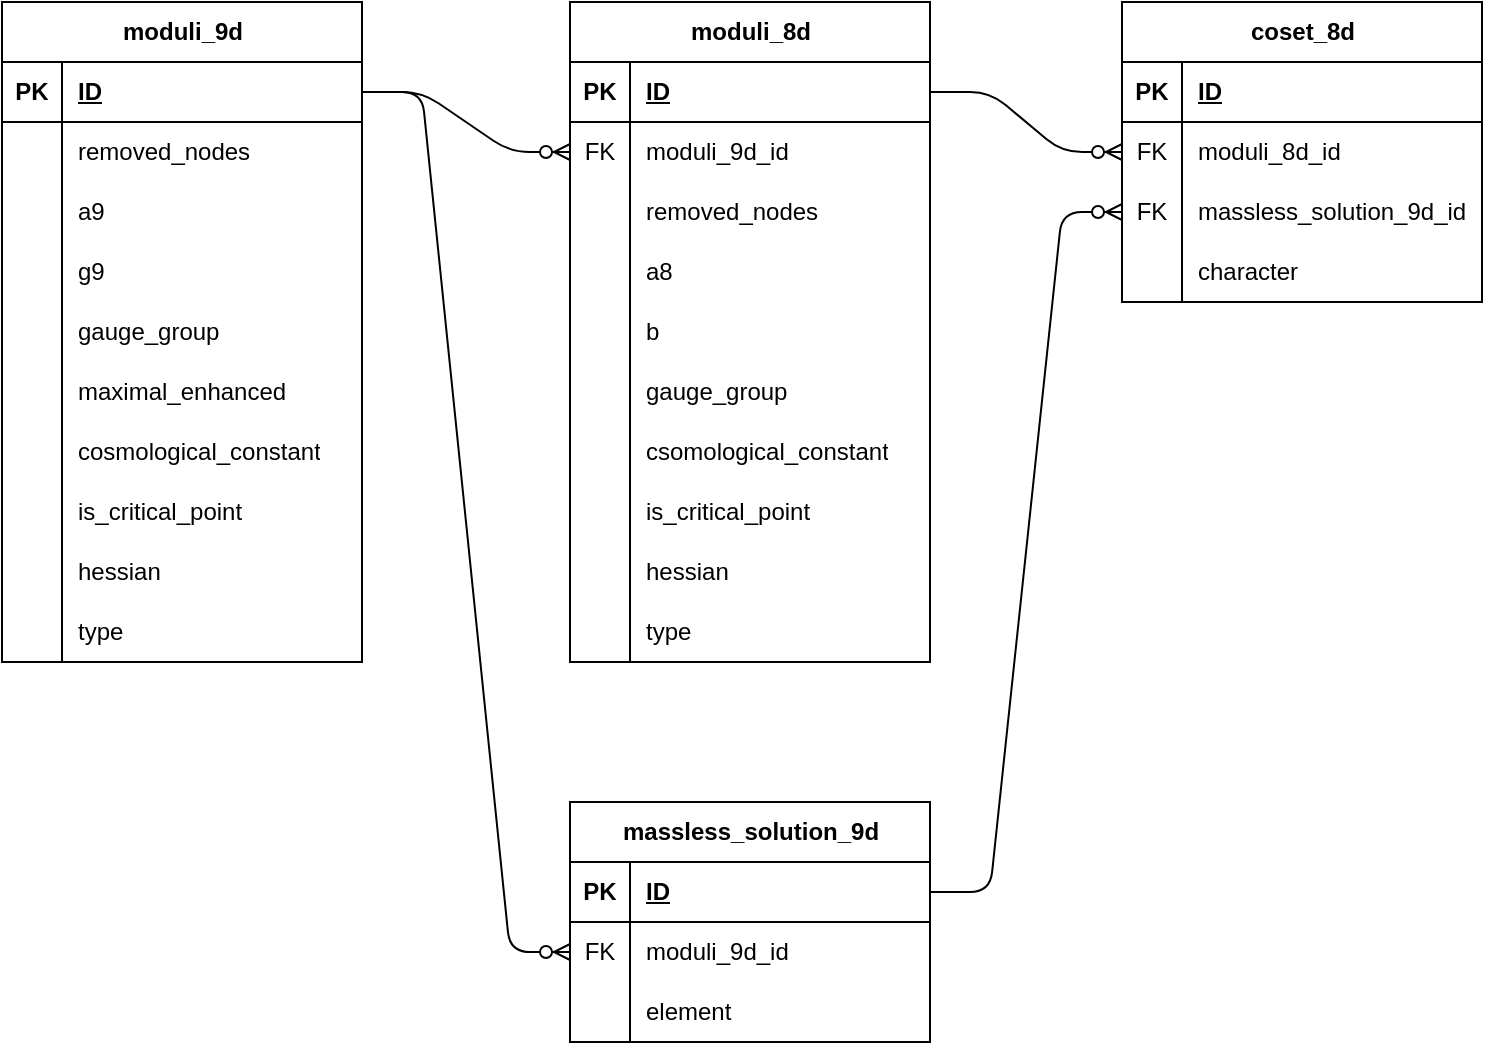
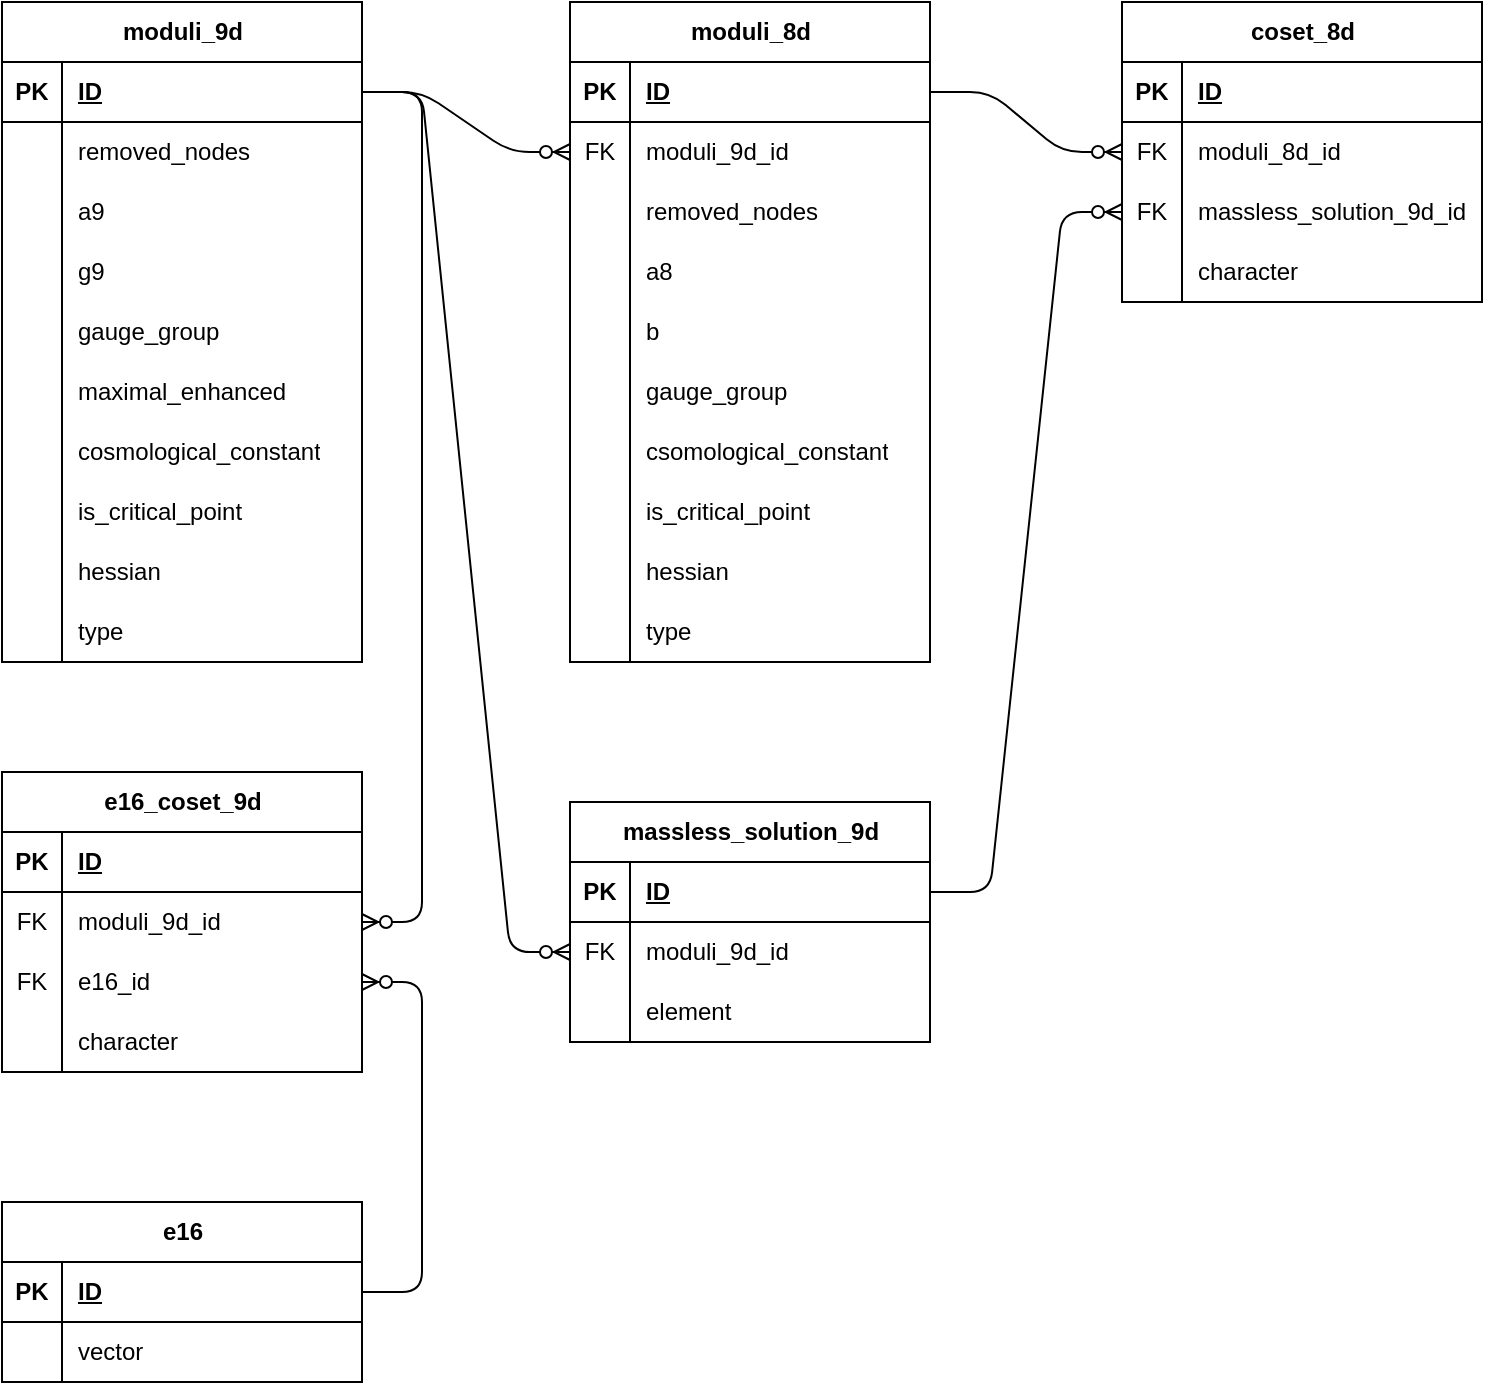
<mxfile host="65bd71144e">
    <diagram id="0aYfHaq88tQM7d1H2K0Y" name="ER">
-         <mxGraphModel dx="1019" dy="537" grid="1" gridSize="10" guides="1" tooltips="1" connect="1" arrows="1" fold="1" page="1" pageScale="1" pageWidth="827" pageHeight="1169" math="0" shadow="0">
+         <mxGraphModel dx="453" dy="507" grid="1" gridSize="10" guides="1" tooltips="1" connect="1" arrows="1" fold="1" page="1" pageScale="1" pageWidth="827" pageHeight="1169" math="0" shadow="0">
            <root>
                <mxCell id="0"/>
                <mxCell id="1" parent="0"/>
                <mxCell id="2" value="moduli_9d" style="shape=table;startSize=30;container=1;collapsible=1;childLayout=tableLayout;fixedRows=1;rowLines=0;fontStyle=1;align=center;resizeLast=1;html=1;" parent="1" vertex="1">
                    <mxGeometry x="40" y="40" width="180" height="330" as="geometry"/>
                </mxCell>
                <mxCell id="3" value="" style="shape=tableRow;horizontal=0;startSize=0;swimlaneHead=0;swimlaneBody=0;fillColor=none;collapsible=0;dropTarget=0;points=[[0,0.5],[1,0.5]];portConstraint=eastwest;top=0;left=0;right=0;bottom=1;" parent="2" vertex="1">
                    <mxGeometry y="30" width="180" height="30" as="geometry"/>
                </mxCell>
                <mxCell id="4" value="PK" style="shape=partialRectangle;connectable=0;fillColor=none;top=0;left=0;bottom=0;right=0;fontStyle=1;overflow=hidden;whiteSpace=wrap;html=1;" parent="3" vertex="1">
                    <mxGeometry width="30" height="30" as="geometry">
                        <mxRectangle width="30" height="30" as="alternateBounds"/>
                    </mxGeometry>
                </mxCell>
                <mxCell id="5" value="ID" style="shape=partialRectangle;connectable=0;fillColor=none;top=0;left=0;bottom=0;right=0;align=left;spacingLeft=6;fontStyle=5;overflow=hidden;whiteSpace=wrap;html=1;" parent="3" vertex="1">
                    <mxGeometry x="30" width="150" height="30" as="geometry">
                        <mxRectangle width="150" height="30" as="alternateBounds"/>
                    </mxGeometry>
                </mxCell>
                <mxCell id="6" value="" style="shape=tableRow;horizontal=0;startSize=0;swimlaneHead=0;swimlaneBody=0;fillColor=none;collapsible=0;dropTarget=0;points=[[0,0.5],[1,0.5]];portConstraint=eastwest;top=0;left=0;right=0;bottom=0;" parent="2" vertex="1">
                    <mxGeometry y="60" width="180" height="30" as="geometry"/>
                </mxCell>
                <mxCell id="7" value="" style="shape=partialRectangle;connectable=0;fillColor=none;top=0;left=0;bottom=0;right=0;editable=1;overflow=hidden;whiteSpace=wrap;html=1;" parent="6" vertex="1">
                    <mxGeometry width="30" height="30" as="geometry">
                        <mxRectangle width="30" height="30" as="alternateBounds"/>
                    </mxGeometry>
                </mxCell>
                <mxCell id="8" value="removed_nodes" style="shape=partialRectangle;connectable=0;fillColor=none;top=0;left=0;bottom=0;right=0;align=left;spacingLeft=6;overflow=hidden;whiteSpace=wrap;html=1;" parent="6" vertex="1">
                    <mxGeometry x="30" width="150" height="30" as="geometry">
                        <mxRectangle width="150" height="30" as="alternateBounds"/>
                    </mxGeometry>
                </mxCell>
                <mxCell id="9" value="" style="shape=tableRow;horizontal=0;startSize=0;swimlaneHead=0;swimlaneBody=0;fillColor=none;collapsible=0;dropTarget=0;points=[[0,0.5],[1,0.5]];portConstraint=eastwest;top=0;left=0;right=0;bottom=0;" parent="2" vertex="1">
                    <mxGeometry y="90" width="180" height="30" as="geometry"/>
                </mxCell>
                <mxCell id="10" value="" style="shape=partialRectangle;connectable=0;fillColor=none;top=0;left=0;bottom=0;right=0;editable=1;overflow=hidden;whiteSpace=wrap;html=1;" parent="9" vertex="1">
                    <mxGeometry width="30" height="30" as="geometry">
                        <mxRectangle width="30" height="30" as="alternateBounds"/>
                    </mxGeometry>
                </mxCell>
                <mxCell id="11" value="a9" style="shape=partialRectangle;connectable=0;fillColor=none;top=0;left=0;bottom=0;right=0;align=left;spacingLeft=6;overflow=hidden;whiteSpace=wrap;html=1;" parent="9" vertex="1">
                    <mxGeometry x="30" width="150" height="30" as="geometry">
                        <mxRectangle width="150" height="30" as="alternateBounds"/>
                    </mxGeometry>
                </mxCell>
                <mxCell id="12" value="" style="shape=tableRow;horizontal=0;startSize=0;swimlaneHead=0;swimlaneBody=0;fillColor=none;collapsible=0;dropTarget=0;points=[[0,0.5],[1,0.5]];portConstraint=eastwest;top=0;left=0;right=0;bottom=0;" parent="2" vertex="1">
                    <mxGeometry y="120" width="180" height="30" as="geometry"/>
                </mxCell>
                <mxCell id="13" value="" style="shape=partialRectangle;connectable=0;fillColor=none;top=0;left=0;bottom=0;right=0;editable=1;overflow=hidden;whiteSpace=wrap;html=1;" parent="12" vertex="1">
                    <mxGeometry width="30" height="30" as="geometry">
                        <mxRectangle width="30" height="30" as="alternateBounds"/>
                    </mxGeometry>
                </mxCell>
                <mxCell id="14" value="g9" style="shape=partialRectangle;connectable=0;fillColor=none;top=0;left=0;bottom=0;right=0;align=left;spacingLeft=6;overflow=hidden;whiteSpace=wrap;html=1;" parent="12" vertex="1">
                    <mxGeometry x="30" width="150" height="30" as="geometry">
                        <mxRectangle width="150" height="30" as="alternateBounds"/>
                    </mxGeometry>
                </mxCell>
                <mxCell id="67" value="" style="shape=tableRow;horizontal=0;startSize=0;swimlaneHead=0;swimlaneBody=0;fillColor=none;collapsible=0;dropTarget=0;points=[[0,0.5],[1,0.5]];portConstraint=eastwest;top=0;left=0;right=0;bottom=0;" parent="2" vertex="1">
                    <mxGeometry y="150" width="180" height="30" as="geometry"/>
                </mxCell>
                <mxCell id="68" value="" style="shape=partialRectangle;connectable=0;fillColor=none;top=0;left=0;bottom=0;right=0;editable=1;overflow=hidden;whiteSpace=wrap;html=1;" parent="67" vertex="1">
                    <mxGeometry width="30" height="30" as="geometry">
                        <mxRectangle width="30" height="30" as="alternateBounds"/>
                    </mxGeometry>
                </mxCell>
                <mxCell id="69" value="gauge_group" style="shape=partialRectangle;connectable=0;fillColor=none;top=0;left=0;bottom=0;right=0;align=left;spacingLeft=6;overflow=hidden;whiteSpace=wrap;html=1;" parent="67" vertex="1">
                    <mxGeometry x="30" width="150" height="30" as="geometry">
                        <mxRectangle width="150" height="30" as="alternateBounds"/>
                    </mxGeometry>
                </mxCell>
                <mxCell id="73" value="" style="shape=tableRow;horizontal=0;startSize=0;swimlaneHead=0;swimlaneBody=0;fillColor=none;collapsible=0;dropTarget=0;points=[[0,0.5],[1,0.5]];portConstraint=eastwest;top=0;left=0;right=0;bottom=0;" parent="2" vertex="1">
                    <mxGeometry y="180" width="180" height="30" as="geometry"/>
                </mxCell>
                <mxCell id="74" value="" style="shape=partialRectangle;connectable=0;fillColor=none;top=0;left=0;bottom=0;right=0;editable=1;overflow=hidden;whiteSpace=wrap;html=1;" parent="73" vertex="1">
                    <mxGeometry width="30" height="30" as="geometry">
                        <mxRectangle width="30" height="30" as="alternateBounds"/>
                    </mxGeometry>
                </mxCell>
                <mxCell id="75" value="maximal_enhanced" style="shape=partialRectangle;connectable=0;fillColor=none;top=0;left=0;bottom=0;right=0;align=left;spacingLeft=6;overflow=hidden;whiteSpace=wrap;html=1;" parent="73" vertex="1">
                    <mxGeometry x="30" width="150" height="30" as="geometry">
                        <mxRectangle width="150" height="30" as="alternateBounds"/>
                    </mxGeometry>
                </mxCell>
                <mxCell id="76" value="" style="shape=tableRow;horizontal=0;startSize=0;swimlaneHead=0;swimlaneBody=0;fillColor=none;collapsible=0;dropTarget=0;points=[[0,0.5],[1,0.5]];portConstraint=eastwest;top=0;left=0;right=0;bottom=0;" parent="2" vertex="1">
                    <mxGeometry y="210" width="180" height="30" as="geometry"/>
                </mxCell>
                <mxCell id="77" value="" style="shape=partialRectangle;connectable=0;fillColor=none;top=0;left=0;bottom=0;right=0;editable=1;overflow=hidden;whiteSpace=wrap;html=1;" parent="76" vertex="1">
                    <mxGeometry width="30" height="30" as="geometry">
                        <mxRectangle width="30" height="30" as="alternateBounds"/>
                    </mxGeometry>
                </mxCell>
                <mxCell id="78" value="cosmological_constant" style="shape=partialRectangle;connectable=0;fillColor=none;top=0;left=0;bottom=0;right=0;align=left;spacingLeft=6;overflow=hidden;whiteSpace=wrap;html=1;" parent="76" vertex="1">
                    <mxGeometry x="30" width="150" height="30" as="geometry">
                        <mxRectangle width="150" height="30" as="alternateBounds"/>
                    </mxGeometry>
                </mxCell>
                <mxCell id="79" value="" style="shape=tableRow;horizontal=0;startSize=0;swimlaneHead=0;swimlaneBody=0;fillColor=none;collapsible=0;dropTarget=0;points=[[0,0.5],[1,0.5]];portConstraint=eastwest;top=0;left=0;right=0;bottom=0;" parent="2" vertex="1">
                    <mxGeometry y="240" width="180" height="30" as="geometry"/>
                </mxCell>
                <mxCell id="80" value="" style="shape=partialRectangle;connectable=0;fillColor=none;top=0;left=0;bottom=0;right=0;editable=1;overflow=hidden;whiteSpace=wrap;html=1;" parent="79" vertex="1">
                    <mxGeometry width="30" height="30" as="geometry">
                        <mxRectangle width="30" height="30" as="alternateBounds"/>
                    </mxGeometry>
                </mxCell>
                <mxCell id="81" value="is_critical_point" style="shape=partialRectangle;connectable=0;fillColor=none;top=0;left=0;bottom=0;right=0;align=left;spacingLeft=6;overflow=hidden;whiteSpace=wrap;html=1;" parent="79" vertex="1">
                    <mxGeometry x="30" width="150" height="30" as="geometry">
                        <mxRectangle width="150" height="30" as="alternateBounds"/>
                    </mxGeometry>
                </mxCell>
                <mxCell id="82" value="" style="shape=tableRow;horizontal=0;startSize=0;swimlaneHead=0;swimlaneBody=0;fillColor=none;collapsible=0;dropTarget=0;points=[[0,0.5],[1,0.5]];portConstraint=eastwest;top=0;left=0;right=0;bottom=0;" parent="2" vertex="1">
                    <mxGeometry y="270" width="180" height="30" as="geometry"/>
                </mxCell>
                <mxCell id="83" value="" style="shape=partialRectangle;connectable=0;fillColor=none;top=0;left=0;bottom=0;right=0;editable=1;overflow=hidden;whiteSpace=wrap;html=1;" parent="82" vertex="1">
                    <mxGeometry width="30" height="30" as="geometry">
                        <mxRectangle width="30" height="30" as="alternateBounds"/>
                    </mxGeometry>
                </mxCell>
                <mxCell id="84" value="hessian" style="shape=partialRectangle;connectable=0;fillColor=none;top=0;left=0;bottom=0;right=0;align=left;spacingLeft=6;overflow=hidden;whiteSpace=wrap;html=1;" parent="82" vertex="1">
                    <mxGeometry x="30" width="150" height="30" as="geometry">
                        <mxRectangle width="150" height="30" as="alternateBounds"/>
                    </mxGeometry>
                </mxCell>
                <mxCell id="85" value="" style="shape=tableRow;horizontal=0;startSize=0;swimlaneHead=0;swimlaneBody=0;fillColor=none;collapsible=0;dropTarget=0;points=[[0,0.5],[1,0.5]];portConstraint=eastwest;top=0;left=0;right=0;bottom=0;" parent="2" vertex="1">
                    <mxGeometry y="300" width="180" height="30" as="geometry"/>
                </mxCell>
                <mxCell id="86" value="" style="shape=partialRectangle;connectable=0;fillColor=none;top=0;left=0;bottom=0;right=0;editable=1;overflow=hidden;whiteSpace=wrap;html=1;" parent="85" vertex="1">
                    <mxGeometry width="30" height="30" as="geometry">
                        <mxRectangle width="30" height="30" as="alternateBounds"/>
                    </mxGeometry>
                </mxCell>
                <mxCell id="87" value="type" style="shape=partialRectangle;connectable=0;fillColor=none;top=0;left=0;bottom=0;right=0;align=left;spacingLeft=6;overflow=hidden;whiteSpace=wrap;html=1;" parent="85" vertex="1">
                    <mxGeometry x="30" width="150" height="30" as="geometry">
                        <mxRectangle width="150" height="30" as="alternateBounds"/>
                    </mxGeometry>
                </mxCell>
                <mxCell id="18" value="moduli_8d" style="shape=table;startSize=30;container=1;collapsible=1;childLayout=tableLayout;fixedRows=1;rowLines=0;fontStyle=1;align=center;resizeLast=1;html=1;" parent="1" vertex="1">
                    <mxGeometry x="324" y="40" width="180" height="330" as="geometry"/>
                </mxCell>
                <mxCell id="19" value="" style="shape=tableRow;horizontal=0;startSize=0;swimlaneHead=0;swimlaneBody=0;fillColor=none;collapsible=0;dropTarget=0;points=[[0,0.5],[1,0.5]];portConstraint=eastwest;top=0;left=0;right=0;bottom=1;" parent="18" vertex="1">
                    <mxGeometry y="30" width="180" height="30" as="geometry"/>
                </mxCell>
                <mxCell id="20" value="PK" style="shape=partialRectangle;connectable=0;fillColor=none;top=0;left=0;bottom=0;right=0;fontStyle=1;overflow=hidden;whiteSpace=wrap;html=1;" parent="19" vertex="1">
                    <mxGeometry width="30" height="30" as="geometry">
                        <mxRectangle width="30" height="30" as="alternateBounds"/>
                    </mxGeometry>
                </mxCell>
                <mxCell id="21" value="ID" style="shape=partialRectangle;connectable=0;fillColor=none;top=0;left=0;bottom=0;right=0;align=left;spacingLeft=6;fontStyle=5;overflow=hidden;whiteSpace=wrap;html=1;" parent="19" vertex="1">
                    <mxGeometry x="30" width="150" height="30" as="geometry">
                        <mxRectangle width="150" height="30" as="alternateBounds"/>
                    </mxGeometry>
                </mxCell>
                <mxCell id="22" value="" style="shape=tableRow;horizontal=0;startSize=0;swimlaneHead=0;swimlaneBody=0;fillColor=none;collapsible=0;dropTarget=0;points=[[0,0.5],[1,0.5]];portConstraint=eastwest;top=0;left=0;right=0;bottom=0;" parent="18" vertex="1">
                    <mxGeometry y="60" width="180" height="30" as="geometry"/>
                </mxCell>
                <mxCell id="23" value="FK" style="shape=partialRectangle;connectable=0;fillColor=none;top=0;left=0;bottom=0;right=0;editable=1;overflow=hidden;whiteSpace=wrap;html=1;" parent="22" vertex="1">
                    <mxGeometry width="30" height="30" as="geometry">
                        <mxRectangle width="30" height="30" as="alternateBounds"/>
                    </mxGeometry>
                </mxCell>
                <mxCell id="24" value="moduli_9d_id" style="shape=partialRectangle;connectable=0;fillColor=none;top=0;left=0;bottom=0;right=0;align=left;spacingLeft=6;overflow=hidden;whiteSpace=wrap;html=1;" parent="22" vertex="1">
                    <mxGeometry x="30" width="150" height="30" as="geometry">
                        <mxRectangle width="150" height="30" as="alternateBounds"/>
                    </mxGeometry>
                </mxCell>
                <mxCell id="25" value="" style="shape=tableRow;horizontal=0;startSize=0;swimlaneHead=0;swimlaneBody=0;fillColor=none;collapsible=0;dropTarget=0;points=[[0,0.5],[1,0.5]];portConstraint=eastwest;top=0;left=0;right=0;bottom=0;" parent="18" vertex="1">
                    <mxGeometry y="90" width="180" height="30" as="geometry"/>
                </mxCell>
                <mxCell id="26" value="" style="shape=partialRectangle;connectable=0;fillColor=none;top=0;left=0;bottom=0;right=0;editable=1;overflow=hidden;whiteSpace=wrap;html=1;" parent="25" vertex="1">
                    <mxGeometry width="30" height="30" as="geometry">
                        <mxRectangle width="30" height="30" as="alternateBounds"/>
                    </mxGeometry>
                </mxCell>
                <mxCell id="27" value="&lt;span style=&quot;color: rgb(0, 0, 0);&quot;&gt;removed_nodes&lt;/span&gt;" style="shape=partialRectangle;connectable=0;fillColor=none;top=0;left=0;bottom=0;right=0;align=left;spacingLeft=6;overflow=hidden;whiteSpace=wrap;html=1;" parent="25" vertex="1">
                    <mxGeometry x="30" width="150" height="30" as="geometry">
                        <mxRectangle width="150" height="30" as="alternateBounds"/>
                    </mxGeometry>
                </mxCell>
                <mxCell id="28" value="" style="shape=tableRow;horizontal=0;startSize=0;swimlaneHead=0;swimlaneBody=0;fillColor=none;collapsible=0;dropTarget=0;points=[[0,0.5],[1,0.5]];portConstraint=eastwest;top=0;left=0;right=0;bottom=0;" parent="18" vertex="1">
                    <mxGeometry y="120" width="180" height="30" as="geometry"/>
                </mxCell>
                <mxCell id="29" value="" style="shape=partialRectangle;connectable=0;fillColor=none;top=0;left=0;bottom=0;right=0;editable=1;overflow=hidden;whiteSpace=wrap;html=1;" parent="28" vertex="1">
                    <mxGeometry width="30" height="30" as="geometry">
                        <mxRectangle width="30" height="30" as="alternateBounds"/>
                    </mxGeometry>
                </mxCell>
                <mxCell id="30" value="a8" style="shape=partialRectangle;connectable=0;fillColor=none;top=0;left=0;bottom=0;right=0;align=left;spacingLeft=6;overflow=hidden;whiteSpace=wrap;html=1;" parent="28" vertex="1">
                    <mxGeometry x="30" width="150" height="30" as="geometry">
                        <mxRectangle width="150" height="30" as="alternateBounds"/>
                    </mxGeometry>
                </mxCell>
                <mxCell id="31" value="" style="shape=tableRow;horizontal=0;startSize=0;swimlaneHead=0;swimlaneBody=0;fillColor=none;collapsible=0;dropTarget=0;points=[[0,0.5],[1,0.5]];portConstraint=eastwest;top=0;left=0;right=0;bottom=0;" parent="18" vertex="1">
                    <mxGeometry y="150" width="180" height="30" as="geometry"/>
                </mxCell>
                <mxCell id="32" value="" style="shape=partialRectangle;connectable=0;fillColor=none;top=0;left=0;bottom=0;right=0;editable=1;overflow=hidden;whiteSpace=wrap;html=1;" parent="31" vertex="1">
                    <mxGeometry width="30" height="30" as="geometry">
                        <mxRectangle width="30" height="30" as="alternateBounds"/>
                    </mxGeometry>
                </mxCell>
                <mxCell id="33" value="b" style="shape=partialRectangle;connectable=0;fillColor=none;top=0;left=0;bottom=0;right=0;align=left;spacingLeft=6;overflow=hidden;whiteSpace=wrap;html=1;" parent="31" vertex="1">
                    <mxGeometry x="30" width="150" height="30" as="geometry">
                        <mxRectangle width="150" height="30" as="alternateBounds"/>
                    </mxGeometry>
                </mxCell>
                <mxCell id="70" value="" style="shape=tableRow;horizontal=0;startSize=0;swimlaneHead=0;swimlaneBody=0;fillColor=none;collapsible=0;dropTarget=0;points=[[0,0.5],[1,0.5]];portConstraint=eastwest;top=0;left=0;right=0;bottom=0;" parent="18" vertex="1">
                    <mxGeometry y="180" width="180" height="30" as="geometry"/>
                </mxCell>
                <mxCell id="71" value="" style="shape=partialRectangle;connectable=0;fillColor=none;top=0;left=0;bottom=0;right=0;editable=1;overflow=hidden;whiteSpace=wrap;html=1;" parent="70" vertex="1">
                    <mxGeometry width="30" height="30" as="geometry">
                        <mxRectangle width="30" height="30" as="alternateBounds"/>
                    </mxGeometry>
                </mxCell>
                <mxCell id="72" value="&lt;span style=&quot;color: rgb(0, 0, 0);&quot;&gt;gauge_group&lt;/span&gt;" style="shape=partialRectangle;connectable=0;fillColor=none;top=0;left=0;bottom=0;right=0;align=left;spacingLeft=6;overflow=hidden;whiteSpace=wrap;html=1;" parent="70" vertex="1">
                    <mxGeometry x="30" width="150" height="30" as="geometry">
                        <mxRectangle width="150" height="30" as="alternateBounds"/>
                    </mxGeometry>
                </mxCell>
                <mxCell id="88" value="" style="shape=tableRow;horizontal=0;startSize=0;swimlaneHead=0;swimlaneBody=0;fillColor=none;collapsible=0;dropTarget=0;points=[[0,0.5],[1,0.5]];portConstraint=eastwest;top=0;left=0;right=0;bottom=0;" parent="18" vertex="1">
                    <mxGeometry y="210" width="180" height="30" as="geometry"/>
                </mxCell>
                <mxCell id="89" value="" style="shape=partialRectangle;connectable=0;fillColor=none;top=0;left=0;bottom=0;right=0;editable=1;overflow=hidden;whiteSpace=wrap;html=1;" parent="88" vertex="1">
                    <mxGeometry width="30" height="30" as="geometry">
                        <mxRectangle width="30" height="30" as="alternateBounds"/>
                    </mxGeometry>
                </mxCell>
                <mxCell id="90" value="&lt;span style=&quot;color: rgb(0, 0, 0);&quot;&gt;csomological_constant&lt;/span&gt;" style="shape=partialRectangle;connectable=0;fillColor=none;top=0;left=0;bottom=0;right=0;align=left;spacingLeft=6;overflow=hidden;whiteSpace=wrap;html=1;" parent="88" vertex="1">
                    <mxGeometry x="30" width="150" height="30" as="geometry">
                        <mxRectangle width="150" height="30" as="alternateBounds"/>
                    </mxGeometry>
                </mxCell>
                <mxCell id="91" value="" style="shape=tableRow;horizontal=0;startSize=0;swimlaneHead=0;swimlaneBody=0;fillColor=none;collapsible=0;dropTarget=0;points=[[0,0.5],[1,0.5]];portConstraint=eastwest;top=0;left=0;right=0;bottom=0;" parent="18" vertex="1">
                    <mxGeometry y="240" width="180" height="30" as="geometry"/>
                </mxCell>
                <mxCell id="92" value="" style="shape=partialRectangle;connectable=0;fillColor=none;top=0;left=0;bottom=0;right=0;editable=1;overflow=hidden;whiteSpace=wrap;html=1;" parent="91" vertex="1">
                    <mxGeometry width="30" height="30" as="geometry">
                        <mxRectangle width="30" height="30" as="alternateBounds"/>
                    </mxGeometry>
                </mxCell>
                <mxCell id="93" value="&lt;span style=&quot;color: rgb(0, 0, 0);&quot;&gt;is_critical_point&lt;/span&gt;" style="shape=partialRectangle;connectable=0;fillColor=none;top=0;left=0;bottom=0;right=0;align=left;spacingLeft=6;overflow=hidden;whiteSpace=wrap;html=1;" parent="91" vertex="1">
                    <mxGeometry x="30" width="150" height="30" as="geometry">
                        <mxRectangle width="150" height="30" as="alternateBounds"/>
                    </mxGeometry>
                </mxCell>
                <mxCell id="94" value="" style="shape=tableRow;horizontal=0;startSize=0;swimlaneHead=0;swimlaneBody=0;fillColor=none;collapsible=0;dropTarget=0;points=[[0,0.5],[1,0.5]];portConstraint=eastwest;top=0;left=0;right=0;bottom=0;" parent="18" vertex="1">
                    <mxGeometry y="270" width="180" height="30" as="geometry"/>
                </mxCell>
                <mxCell id="95" value="" style="shape=partialRectangle;connectable=0;fillColor=none;top=0;left=0;bottom=0;right=0;editable=1;overflow=hidden;whiteSpace=wrap;html=1;" parent="94" vertex="1">
                    <mxGeometry width="30" height="30" as="geometry">
                        <mxRectangle width="30" height="30" as="alternateBounds"/>
                    </mxGeometry>
                </mxCell>
                <mxCell id="96" value="&lt;span style=&quot;color: rgb(0, 0, 0);&quot;&gt;hessian&lt;/span&gt;" style="shape=partialRectangle;connectable=0;fillColor=none;top=0;left=0;bottom=0;right=0;align=left;spacingLeft=6;overflow=hidden;whiteSpace=wrap;html=1;" parent="94" vertex="1">
                    <mxGeometry x="30" width="150" height="30" as="geometry">
                        <mxRectangle width="150" height="30" as="alternateBounds"/>
                    </mxGeometry>
                </mxCell>
                <mxCell id="97" value="" style="shape=tableRow;horizontal=0;startSize=0;swimlaneHead=0;swimlaneBody=0;fillColor=none;collapsible=0;dropTarget=0;points=[[0,0.5],[1,0.5]];portConstraint=eastwest;top=0;left=0;right=0;bottom=0;" parent="18" vertex="1">
                    <mxGeometry y="300" width="180" height="30" as="geometry"/>
                </mxCell>
                <mxCell id="98" value="" style="shape=partialRectangle;connectable=0;fillColor=none;top=0;left=0;bottom=0;right=0;editable=1;overflow=hidden;whiteSpace=wrap;html=1;" parent="97" vertex="1">
                    <mxGeometry width="30" height="30" as="geometry">
                        <mxRectangle width="30" height="30" as="alternateBounds"/>
                    </mxGeometry>
                </mxCell>
                <mxCell id="99" value="&lt;span style=&quot;color: rgb(0, 0, 0);&quot;&gt;type&lt;/span&gt;" style="shape=partialRectangle;connectable=0;fillColor=none;top=0;left=0;bottom=0;right=0;align=left;spacingLeft=6;overflow=hidden;whiteSpace=wrap;html=1;" parent="97" vertex="1">
                    <mxGeometry x="30" width="150" height="30" as="geometry">
                        <mxRectangle width="150" height="30" as="alternateBounds"/>
                    </mxGeometry>
                </mxCell>
                <mxCell id="34" value="" style="edgeStyle=entityRelationEdgeStyle;fontSize=12;html=1;endArrow=ERzeroToMany;endFill=1;exitX=1;exitY=0.5;exitDx=0;exitDy=0;entryX=0;entryY=0.5;entryDx=0;entryDy=0;" parent="1" source="3" target="22" edge="1">
                    <mxGeometry width="100" height="100" relative="1" as="geometry">
                        <mxPoint x="450" y="350" as="sourcePoint"/>
                        <mxPoint x="550" y="250" as="targetPoint"/>
                    </mxGeometry>
                </mxCell>
                <mxCell id="35" value="massless_solution_9d" style="shape=table;startSize=30;container=1;collapsible=1;childLayout=tableLayout;fixedRows=1;rowLines=0;fontStyle=1;align=center;resizeLast=1;html=1;" parent="1" vertex="1">
                    <mxGeometry x="324" y="440" width="180" height="120" as="geometry"/>
                </mxCell>
                <mxCell id="36" value="" style="shape=tableRow;horizontal=0;startSize=0;swimlaneHead=0;swimlaneBody=0;fillColor=none;collapsible=0;dropTarget=0;points=[[0,0.5],[1,0.5]];portConstraint=eastwest;top=0;left=0;right=0;bottom=1;" parent="35" vertex="1">
                    <mxGeometry y="30" width="180" height="30" as="geometry"/>
                </mxCell>
                <mxCell id="37" value="PK" style="shape=partialRectangle;connectable=0;fillColor=none;top=0;left=0;bottom=0;right=0;fontStyle=1;overflow=hidden;whiteSpace=wrap;html=1;" parent="36" vertex="1">
                    <mxGeometry width="30" height="30" as="geometry">
                        <mxRectangle width="30" height="30" as="alternateBounds"/>
                    </mxGeometry>
                </mxCell>
                <mxCell id="38" value="ID" style="shape=partialRectangle;connectable=0;fillColor=none;top=0;left=0;bottom=0;right=0;align=left;spacingLeft=6;fontStyle=5;overflow=hidden;whiteSpace=wrap;html=1;" parent="36" vertex="1">
                    <mxGeometry x="30" width="150" height="30" as="geometry">
                        <mxRectangle width="150" height="30" as="alternateBounds"/>
                    </mxGeometry>
                </mxCell>
                <mxCell id="39" value="" style="shape=tableRow;horizontal=0;startSize=0;swimlaneHead=0;swimlaneBody=0;fillColor=none;collapsible=0;dropTarget=0;points=[[0,0.5],[1,0.5]];portConstraint=eastwest;top=0;left=0;right=0;bottom=0;" parent="35" vertex="1">
                    <mxGeometry y="60" width="180" height="30" as="geometry"/>
                </mxCell>
                <mxCell id="40" value="FK" style="shape=partialRectangle;connectable=0;fillColor=none;top=0;left=0;bottom=0;right=0;editable=1;overflow=hidden;whiteSpace=wrap;html=1;" parent="39" vertex="1">
                    <mxGeometry width="30" height="30" as="geometry">
                        <mxRectangle width="30" height="30" as="alternateBounds"/>
                    </mxGeometry>
                </mxCell>
                <mxCell id="41" value="moduli_9d_id" style="shape=partialRectangle;connectable=0;fillColor=none;top=0;left=0;bottom=0;right=0;align=left;spacingLeft=6;overflow=hidden;whiteSpace=wrap;html=1;" parent="39" vertex="1">
                    <mxGeometry x="30" width="150" height="30" as="geometry">
                        <mxRectangle width="150" height="30" as="alternateBounds"/>
                    </mxGeometry>
                </mxCell>
                <mxCell id="42" value="" style="shape=tableRow;horizontal=0;startSize=0;swimlaneHead=0;swimlaneBody=0;fillColor=none;collapsible=0;dropTarget=0;points=[[0,0.5],[1,0.5]];portConstraint=eastwest;top=0;left=0;right=0;bottom=0;" parent="35" vertex="1">
                    <mxGeometry y="90" width="180" height="30" as="geometry"/>
                </mxCell>
                <mxCell id="43" value="" style="shape=partialRectangle;connectable=0;fillColor=none;top=0;left=0;bottom=0;right=0;editable=1;overflow=hidden;whiteSpace=wrap;html=1;" parent="42" vertex="1">
                    <mxGeometry width="30" height="30" as="geometry">
                        <mxRectangle width="30" height="30" as="alternateBounds"/>
                    </mxGeometry>
                </mxCell>
                <mxCell id="44" value="element" style="shape=partialRectangle;connectable=0;fillColor=none;top=0;left=0;bottom=0;right=0;align=left;spacingLeft=6;overflow=hidden;whiteSpace=wrap;html=1;" parent="42" vertex="1">
                    <mxGeometry x="30" width="150" height="30" as="geometry">
                        <mxRectangle width="150" height="30" as="alternateBounds"/>
                    </mxGeometry>
                </mxCell>
                <mxCell id="51" value="" style="edgeStyle=entityRelationEdgeStyle;fontSize=12;html=1;endArrow=ERzeroToMany;endFill=1;exitX=1;exitY=0.5;exitDx=0;exitDy=0;entryX=0;entryY=0.5;entryDx=0;entryDy=0;" parent="1" source="3" target="39" edge="1">
                    <mxGeometry width="100" height="100" relative="1" as="geometry">
                        <mxPoint x="230" y="95" as="sourcePoint"/>
                        <mxPoint x="400" y="135" as="targetPoint"/>
                    </mxGeometry>
                </mxCell>
                <mxCell id="52" value="coset_8d" style="shape=table;startSize=30;container=1;collapsible=1;childLayout=tableLayout;fixedRows=1;rowLines=0;fontStyle=1;align=center;resizeLast=1;html=1;" parent="1" vertex="1">
                    <mxGeometry x="600" y="40" width="180" height="150" as="geometry"/>
                </mxCell>
                <mxCell id="53" value="" style="shape=tableRow;horizontal=0;startSize=0;swimlaneHead=0;swimlaneBody=0;fillColor=none;collapsible=0;dropTarget=0;points=[[0,0.5],[1,0.5]];portConstraint=eastwest;top=0;left=0;right=0;bottom=1;" parent="52" vertex="1">
                    <mxGeometry y="30" width="180" height="30" as="geometry"/>
                </mxCell>
                <mxCell id="54" value="PK" style="shape=partialRectangle;connectable=0;fillColor=none;top=0;left=0;bottom=0;right=0;fontStyle=1;overflow=hidden;whiteSpace=wrap;html=1;" parent="53" vertex="1">
                    <mxGeometry width="30" height="30" as="geometry">
                        <mxRectangle width="30" height="30" as="alternateBounds"/>
                    </mxGeometry>
                </mxCell>
                <mxCell id="55" value="ID" style="shape=partialRectangle;connectable=0;fillColor=none;top=0;left=0;bottom=0;right=0;align=left;spacingLeft=6;fontStyle=5;overflow=hidden;whiteSpace=wrap;html=1;" parent="53" vertex="1">
                    <mxGeometry x="30" width="150" height="30" as="geometry">
                        <mxRectangle width="150" height="30" as="alternateBounds"/>
                    </mxGeometry>
                </mxCell>
                <mxCell id="56" value="" style="shape=tableRow;horizontal=0;startSize=0;swimlaneHead=0;swimlaneBody=0;fillColor=none;collapsible=0;dropTarget=0;points=[[0,0.5],[1,0.5]];portConstraint=eastwest;top=0;left=0;right=0;bottom=0;" parent="52" vertex="1">
                    <mxGeometry y="60" width="180" height="30" as="geometry"/>
                </mxCell>
                <mxCell id="57" value="FK" style="shape=partialRectangle;connectable=0;fillColor=none;top=0;left=0;bottom=0;right=0;editable=1;overflow=hidden;whiteSpace=wrap;html=1;" parent="56" vertex="1">
                    <mxGeometry width="30" height="30" as="geometry">
                        <mxRectangle width="30" height="30" as="alternateBounds"/>
                    </mxGeometry>
                </mxCell>
                <mxCell id="58" value="moduli_8d_id" style="shape=partialRectangle;connectable=0;fillColor=none;top=0;left=0;bottom=0;right=0;align=left;spacingLeft=6;overflow=hidden;whiteSpace=wrap;html=1;" parent="56" vertex="1">
                    <mxGeometry x="30" width="150" height="30" as="geometry">
                        <mxRectangle width="150" height="30" as="alternateBounds"/>
                    </mxGeometry>
                </mxCell>
                <mxCell id="59" value="" style="shape=tableRow;horizontal=0;startSize=0;swimlaneHead=0;swimlaneBody=0;fillColor=none;collapsible=0;dropTarget=0;points=[[0,0.5],[1,0.5]];portConstraint=eastwest;top=0;left=0;right=0;bottom=0;" parent="52" vertex="1">
                    <mxGeometry y="90" width="180" height="30" as="geometry"/>
                </mxCell>
                <mxCell id="60" value="&lt;span style=&quot;color: rgb(0, 0, 0);&quot;&gt;FK&lt;/span&gt;" style="shape=partialRectangle;connectable=0;fillColor=none;top=0;left=0;bottom=0;right=0;editable=1;overflow=hidden;whiteSpace=wrap;html=1;" parent="59" vertex="1">
                    <mxGeometry width="30" height="30" as="geometry">
                        <mxRectangle width="30" height="30" as="alternateBounds"/>
                    </mxGeometry>
                </mxCell>
                <mxCell id="61" value="massless_solution_9d_id" style="shape=partialRectangle;connectable=0;fillColor=none;top=0;left=0;bottom=0;right=0;align=left;spacingLeft=6;overflow=hidden;whiteSpace=wrap;html=1;" parent="59" vertex="1">
                    <mxGeometry x="30" width="150" height="30" as="geometry">
                        <mxRectangle width="150" height="30" as="alternateBounds"/>
                    </mxGeometry>
                </mxCell>
                <mxCell id="62" value="" style="shape=tableRow;horizontal=0;startSize=0;swimlaneHead=0;swimlaneBody=0;fillColor=none;collapsible=0;dropTarget=0;points=[[0,0.5],[1,0.5]];portConstraint=eastwest;top=0;left=0;right=0;bottom=0;" parent="52" vertex="1">
                    <mxGeometry y="120" width="180" height="30" as="geometry"/>
                </mxCell>
                <mxCell id="63" value="" style="shape=partialRectangle;connectable=0;fillColor=none;top=0;left=0;bottom=0;right=0;editable=1;overflow=hidden;whiteSpace=wrap;html=1;" parent="62" vertex="1">
                    <mxGeometry width="30" height="30" as="geometry">
                        <mxRectangle width="30" height="30" as="alternateBounds"/>
                    </mxGeometry>
                </mxCell>
                <mxCell id="64" value="character" style="shape=partialRectangle;connectable=0;fillColor=none;top=0;left=0;bottom=0;right=0;align=left;spacingLeft=6;overflow=hidden;whiteSpace=wrap;html=1;" parent="62" vertex="1">
                    <mxGeometry x="30" width="150" height="30" as="geometry">
                        <mxRectangle width="150" height="30" as="alternateBounds"/>
                    </mxGeometry>
                </mxCell>
                <mxCell id="65" value="" style="edgeStyle=entityRelationEdgeStyle;fontSize=12;html=1;endArrow=ERzeroToMany;endFill=1;exitX=1;exitY=0.5;exitDx=0;exitDy=0;entryX=0;entryY=0.5;entryDx=0;entryDy=0;" parent="1" source="19" target="56" edge="1">
                    <mxGeometry width="100" height="100" relative="1" as="geometry">
                        <mxPoint x="170" y="85" as="sourcePoint"/>
                        <mxPoint x="340" y="345" as="targetPoint"/>
                    </mxGeometry>
                </mxCell>
                <mxCell id="66" value="" style="edgeStyle=entityRelationEdgeStyle;fontSize=12;html=1;endArrow=ERzeroToMany;endFill=1;exitX=1;exitY=0.5;exitDx=0;exitDy=0;entryX=0;entryY=0.5;entryDx=0;entryDy=0;" parent="1" source="36" target="59" edge="1">
                    <mxGeometry width="100" height="100" relative="1" as="geometry">
                        <mxPoint x="520" y="95" as="sourcePoint"/>
                        <mxPoint x="580" y="125" as="targetPoint"/>
                    </mxGeometry>
                </mxCell>
+                 <mxCell id="113" value="e16_coset_9d" style="shape=table;startSize=30;container=1;collapsible=1;childLayout=tableLayout;fixedRows=1;rowLines=0;fontStyle=1;align=center;resizeLast=1;html=1;" parent="1" vertex="1">
+                     <mxGeometry x="40" y="425" width="180" height="150" as="geometry"/>
+                 </mxCell>
+                 <mxCell id="114" value="" style="shape=tableRow;horizontal=0;startSize=0;swimlaneHead=0;swimlaneBody=0;fillColor=none;collapsible=0;dropTarget=0;points=[[0,0.5],[1,0.5]];portConstraint=eastwest;top=0;left=0;right=0;bottom=1;" parent="113" vertex="1">
+                     <mxGeometry y="30" width="180" height="30" as="geometry"/>
+                 </mxCell>
+                 <mxCell id="115" value="PK" style="shape=partialRectangle;connectable=0;fillColor=none;top=0;left=0;bottom=0;right=0;fontStyle=1;overflow=hidden;whiteSpace=wrap;html=1;" parent="114" vertex="1">
+                     <mxGeometry width="30" height="30" as="geometry">
+                         <mxRectangle width="30" height="30" as="alternateBounds"/>
+                     </mxGeometry>
+                 </mxCell>
+                 <mxCell id="116" value="ID" style="shape=partialRectangle;connectable=0;fillColor=none;top=0;left=0;bottom=0;right=0;align=left;spacingLeft=6;fontStyle=5;overflow=hidden;whiteSpace=wrap;html=1;" parent="114" vertex="1">
+                     <mxGeometry x="30" width="150" height="30" as="geometry">
+                         <mxRectangle width="150" height="30" as="alternateBounds"/>
+                     </mxGeometry>
+                 </mxCell>
+                 <mxCell id="117" value="" style="shape=tableRow;horizontal=0;startSize=0;swimlaneHead=0;swimlaneBody=0;fillColor=none;collapsible=0;dropTarget=0;points=[[0,0.5],[1,0.5]];portConstraint=eastwest;top=0;left=0;right=0;bottom=0;" parent="113" vertex="1">
+                     <mxGeometry y="60" width="180" height="30" as="geometry"/>
+                 </mxCell>
+                 <mxCell id="118" value="FK" style="shape=partialRectangle;connectable=0;fillColor=none;top=0;left=0;bottom=0;right=0;editable=1;overflow=hidden;whiteSpace=wrap;html=1;" parent="117" vertex="1">
+                     <mxGeometry width="30" height="30" as="geometry">
+                         <mxRectangle width="30" height="30" as="alternateBounds"/>
+                     </mxGeometry>
+                 </mxCell>
+                 <mxCell id="119" value="moduli_9d_id" style="shape=partialRectangle;connectable=0;fillColor=none;top=0;left=0;bottom=0;right=0;align=left;spacingLeft=6;overflow=hidden;whiteSpace=wrap;html=1;" parent="117" vertex="1">
+                     <mxGeometry x="30" width="150" height="30" as="geometry">
+                         <mxRectangle width="150" height="30" as="alternateBounds"/>
+                     </mxGeometry>
+                 </mxCell>
+                 <mxCell id="120" value="" style="shape=tableRow;horizontal=0;startSize=0;swimlaneHead=0;swimlaneBody=0;fillColor=none;collapsible=0;dropTarget=0;points=[[0,0.5],[1,0.5]];portConstraint=eastwest;top=0;left=0;right=0;bottom=0;" parent="113" vertex="1">
+                     <mxGeometry y="90" width="180" height="30" as="geometry"/>
+                 </mxCell>
+                 <mxCell id="121" value="&lt;span style=&quot;color: rgb(0, 0, 0);&quot;&gt;FK&lt;/span&gt;" style="shape=partialRectangle;connectable=0;fillColor=none;top=0;left=0;bottom=0;right=0;editable=1;overflow=hidden;whiteSpace=wrap;html=1;" parent="120" vertex="1">
+                     <mxGeometry width="30" height="30" as="geometry">
+                         <mxRectangle width="30" height="30" as="alternateBounds"/>
+                     </mxGeometry>
+                 </mxCell>
+                 <mxCell id="122" value="e16_id" style="shape=partialRectangle;connectable=0;fillColor=none;top=0;left=0;bottom=0;right=0;align=left;spacingLeft=6;overflow=hidden;whiteSpace=wrap;html=1;" parent="120" vertex="1">
+                     <mxGeometry x="30" width="150" height="30" as="geometry">
+                         <mxRectangle width="150" height="30" as="alternateBounds"/>
+                     </mxGeometry>
+                 </mxCell>
+                 <mxCell id="123" value="" style="shape=tableRow;horizontal=0;startSize=0;swimlaneHead=0;swimlaneBody=0;fillColor=none;collapsible=0;dropTarget=0;points=[[0,0.5],[1,0.5]];portConstraint=eastwest;top=0;left=0;right=0;bottom=0;" parent="113" vertex="1">
+                     <mxGeometry y="120" width="180" height="30" as="geometry"/>
+                 </mxCell>
+                 <mxCell id="124" value="" style="shape=partialRectangle;connectable=0;fillColor=none;top=0;left=0;bottom=0;right=0;editable=1;overflow=hidden;whiteSpace=wrap;html=1;" parent="123" vertex="1">
+                     <mxGeometry width="30" height="30" as="geometry">
+                         <mxRectangle width="30" height="30" as="alternateBounds"/>
+                     </mxGeometry>
+                 </mxCell>
+                 <mxCell id="125" value="character" style="shape=partialRectangle;connectable=0;fillColor=none;top=0;left=0;bottom=0;right=0;align=left;spacingLeft=6;overflow=hidden;whiteSpace=wrap;html=1;" parent="123" vertex="1">
+                     <mxGeometry x="30" width="150" height="30" as="geometry">
+                         <mxRectangle width="150" height="30" as="alternateBounds"/>
+                     </mxGeometry>
+                 </mxCell>
+                 <mxCell id="126" value="" style="edgeStyle=entityRelationEdgeStyle;fontSize=12;html=1;endArrow=ERzeroToMany;endFill=1;exitX=1;exitY=0.5;exitDx=0;exitDy=0;entryX=1;entryY=0.5;entryDx=0;entryDy=0;" parent="1" source="3" target="117" edge="1">
+                     <mxGeometry width="100" height="100" relative="1" as="geometry">
+                         <mxPoint x="230" y="95" as="sourcePoint"/>
+                         <mxPoint x="334" y="525" as="targetPoint"/>
+                     </mxGeometry>
+                 </mxCell>
+                 <mxCell id="127" value="e16" style="shape=table;startSize=30;container=1;collapsible=1;childLayout=tableLayout;fixedRows=1;rowLines=0;fontStyle=1;align=center;resizeLast=1;html=1;" parent="1" vertex="1">
+                     <mxGeometry x="40" y="640" width="180" height="90" as="geometry"/>
+                 </mxCell>
+                 <mxCell id="128" value="" style="shape=tableRow;horizontal=0;startSize=0;swimlaneHead=0;swimlaneBody=0;fillColor=none;collapsible=0;dropTarget=0;points=[[0,0.5],[1,0.5]];portConstraint=eastwest;top=0;left=0;right=0;bottom=1;" parent="127" vertex="1">
+                     <mxGeometry y="30" width="180" height="30" as="geometry"/>
+                 </mxCell>
+                 <mxCell id="129" value="PK" style="shape=partialRectangle;connectable=0;fillColor=none;top=0;left=0;bottom=0;right=0;fontStyle=1;overflow=hidden;whiteSpace=wrap;html=1;" parent="128" vertex="1">
+                     <mxGeometry width="30" height="30" as="geometry">
+                         <mxRectangle width="30" height="30" as="alternateBounds"/>
+                     </mxGeometry>
+                 </mxCell>
+                 <mxCell id="130" value="ID" style="shape=partialRectangle;connectable=0;fillColor=none;top=0;left=0;bottom=0;right=0;align=left;spacingLeft=6;fontStyle=5;overflow=hidden;whiteSpace=wrap;html=1;" parent="128" vertex="1">
+                     <mxGeometry x="30" width="150" height="30" as="geometry">
+                         <mxRectangle width="150" height="30" as="alternateBounds"/>
+                     </mxGeometry>
+                 </mxCell>
+                 <mxCell id="131" value="" style="shape=tableRow;horizontal=0;startSize=0;swimlaneHead=0;swimlaneBody=0;fillColor=none;collapsible=0;dropTarget=0;points=[[0,0.5],[1,0.5]];portConstraint=eastwest;top=0;left=0;right=0;bottom=0;" parent="127" vertex="1">
+                     <mxGeometry y="60" width="180" height="30" as="geometry"/>
+                 </mxCell>
+                 <mxCell id="132" value="" style="shape=partialRectangle;connectable=0;fillColor=none;top=0;left=0;bottom=0;right=0;editable=1;overflow=hidden;whiteSpace=wrap;html=1;" parent="131" vertex="1">
+                     <mxGeometry width="30" height="30" as="geometry">
+                         <mxRectangle width="30" height="30" as="alternateBounds"/>
+                     </mxGeometry>
+                 </mxCell>
+                 <mxCell id="133" value="vector" style="shape=partialRectangle;connectable=0;fillColor=none;top=0;left=0;bottom=0;right=0;align=left;spacingLeft=6;overflow=hidden;whiteSpace=wrap;html=1;" parent="131" vertex="1">
+                     <mxGeometry x="30" width="150" height="30" as="geometry">
+                         <mxRectangle width="150" height="30" as="alternateBounds"/>
+                     </mxGeometry>
+                 </mxCell>
+                 <mxCell id="143" value="" style="edgeStyle=entityRelationEdgeStyle;fontSize=12;html=1;endArrow=ERzeroToMany;endFill=1;exitX=1;exitY=0.5;exitDx=0;exitDy=0;entryX=1;entryY=0.5;entryDx=0;entryDy=0;" parent="1" source="128" target="120" edge="1">
+                     <mxGeometry width="100" height="100" relative="1" as="geometry">
+                         <mxPoint x="370" y="390" as="sourcePoint"/>
+                         <mxPoint x="370" y="820" as="targetPoint"/>
+                     </mxGeometry>
+                 </mxCell>
            </root>
        </mxGraphModel>
    </diagram>
</mxfile>